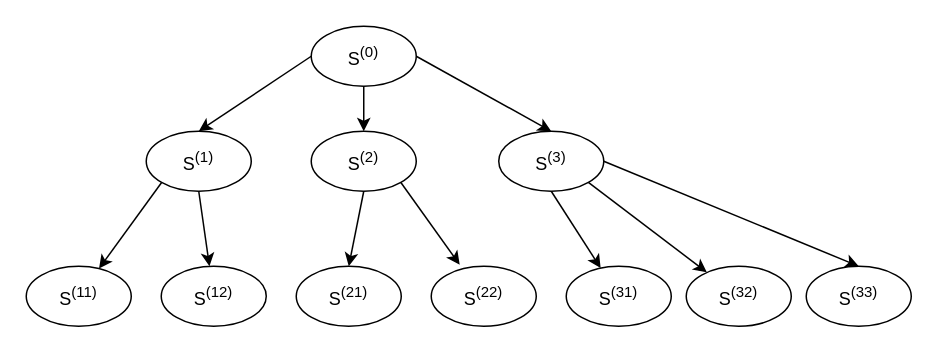
Before: BandB.drawio in axelvan22/internship-lig, a draw.io diagram. Source tidied: cells renumbered, new cells numbered last; positions are measured from the earlier drawing's top-left corner, leaving out a move shared by most shapes. Both pictures are drawn from the tidied source at 150%, with x=0, y=0 at pixel (26, 26).
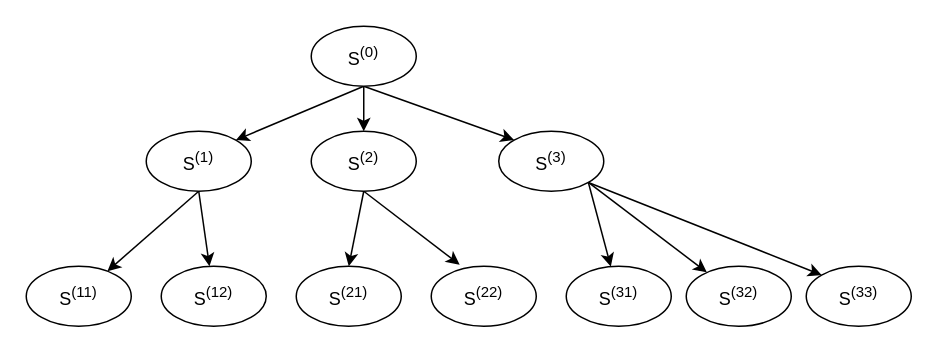
The same diagram, later.

The change refers to these unchanged cells:
```xml
<mxCell id="5" value="S&lt;sup&gt;(0)&lt;/sup&gt;" style="ellipse;whiteSpace=wrap;html=1;" parent="1" vertex="1">
  <mxGeometry x="190" width="70" height="40" as="geometry" />
</mxCell>
<mxCell id="6" value="S&lt;sup&gt;(11)&lt;/sup&gt;" style="ellipse;whiteSpace=wrap;html=1;" parent="1" vertex="1">
  <mxGeometry y="160" width="70" height="40" as="geometry" />
</mxCell>
<mxCell id="10" value="S&lt;sup&gt;(3)&lt;/sup&gt;" style="ellipse;whiteSpace=wrap;html=1;" parent="1" vertex="1">
  <mxGeometry x="315" y="70" width="70" height="40" as="geometry" />
</mxCell>
<mxCell id="13" value="S&lt;sup&gt;(2)&lt;/sup&gt;" style="ellipse;whiteSpace=wrap;html=1;" parent="1" vertex="1">
  <mxGeometry x="190" y="70" width="70" height="40" as="geometry" />
</mxCell>
<mxCell id="16" value="S&lt;sup&gt;(1)&lt;/sup&gt;" style="ellipse;whiteSpace=wrap;html=1;" parent="1" vertex="1">
  <mxGeometry x="80" y="70" width="70" height="40" as="geometry" />
</mxCell>
<mxCell id="19" value="S&lt;sup&gt;(22)&lt;/sup&gt;" style="ellipse;whiteSpace=wrap;html=1;" parent="1" vertex="1">
  <mxGeometry x="270" y="160" width="70" height="40" as="geometry" />
</mxCell>
<mxCell id="21" value="S&lt;sup&gt;(31)&lt;/sup&gt;" style="ellipse;whiteSpace=wrap;html=1;" parent="1" vertex="1">
  <mxGeometry x="360" y="160" width="70" height="40" as="geometry" />
</mxCell>
<mxCell id="22" value="S&lt;sup&gt;(33)&lt;/sup&gt;" style="ellipse;whiteSpace=wrap;html=1;" parent="1" vertex="1">
  <mxGeometry x="520" y="160" width="70" height="40" as="geometry" />
</mxCell>
```

What changed in the source:
```diff
@@
-    <mxCell id="2" style="rounded=0;jettySize=auto;html=1;exitX=0;exitY=0.5;exitDx=0;exitDy=0;entryX=0.5;entryY=0;entryDx=0;entryDy=0;" parent="1" edge="1" source="5" target="16">
+    <mxCell id="2" style="rounded=0;jettySize=auto;html=1;entryX=1;entryY=0;entryDx=0;entryDy=0;exitX=0.5;exitY=1;exitDx=0;exitDy=0;" parent="1" edge="1" source="5" target="16">
       <mxGeometry relative="1" as="geometry" />
     </mxCell>
@@
-    <mxCell id="4" style="edgeStyle=none;rounded=0;jettySize=auto;html=1;exitX=1;exitY=0.5;exitDx=0;exitDy=0;entryX=0.5;entryY=0;entryDx=0;entryDy=0;" parent="1" edge="1" source="5" target="10">
+    <mxCell id="4" style="edgeStyle=none;rounded=0;jettySize=auto;html=1;exitX=0.5;exitY=1;exitDx=0;exitDy=0;entryX=0;entryY=0;entryDx=0;entryDy=0;" parent="1" edge="1" source="5" target="10">
       <mxGeometry relative="1" as="geometry" />
     </mxCell>
@@
-    <mxCell id="7" style="edgeStyle=none;rounded=0;jettySize=auto;html=1;exitX=0.5;exitY=1;exitDx=0;exitDy=0;" parent="1" edge="1" source="10" target="21">
+    <mxCell id="7" style="edgeStyle=none;rounded=0;jettySize=auto;html=1;exitX=1;exitY=1;exitDx=0;exitDy=0;" parent="1" edge="1" source="10" target="21">
       <mxGeometry relative="1" as="geometry" />
     </mxCell>
@@
-    <mxCell id="9" style="edgeStyle=none;rounded=0;jettySize=auto;html=1;exitX=1;exitY=0.5;exitDx=0;exitDy=0;entryX=0.5;entryY=0;entryDx=0;entryDy=0;" parent="1" edge="1" source="10" target="22">
+    <mxCell id="9" style="edgeStyle=none;rounded=0;jettySize=auto;html=1;exitX=1;exitY=1;exitDx=0;exitDy=0;entryX=0;entryY=0;entryDx=0;entryDy=0;" parent="1" edge="1" source="10" target="22">
       <mxGeometry relative="1" as="geometry" />
     </mxCell>
@@
-    <mxCell id="12" style="edgeStyle=none;rounded=0;jettySize=auto;html=1;exitX=1;exitY=1;exitDx=0;exitDy=0;entryX=0.271;entryY=-0.025;entryDx=0;entryDy=0;entryPerimeter=0;" parent="1" edge="1" source="13" target="19">
+    <mxCell id="12" style="edgeStyle=none;rounded=0;jettySize=auto;html=1;exitX=0.5;exitY=1;exitDx=0;exitDy=0;entryX=0.271;entryY=-0.025;entryDx=0;entryDy=0;entryPerimeter=0;" parent="1" edge="1" source="13" target="19">
       <mxGeometry relative="1" as="geometry" />
     </mxCell>
@@
-    <mxCell id="14" style="edgeStyle=none;rounded=0;jettySize=auto;html=1;exitX=0;exitY=1;exitDx=0;exitDy=0;" parent="1" edge="1" source="16" target="6">
+    <mxCell id="14" style="edgeStyle=none;rounded=0;jettySize=auto;html=1;exitX=0.5;exitY=1;exitDx=0;exitDy=0;" parent="1" edge="1" source="16" target="6">
       <mxGeometry relative="1" as="geometry" />
     </mxCell>
```
